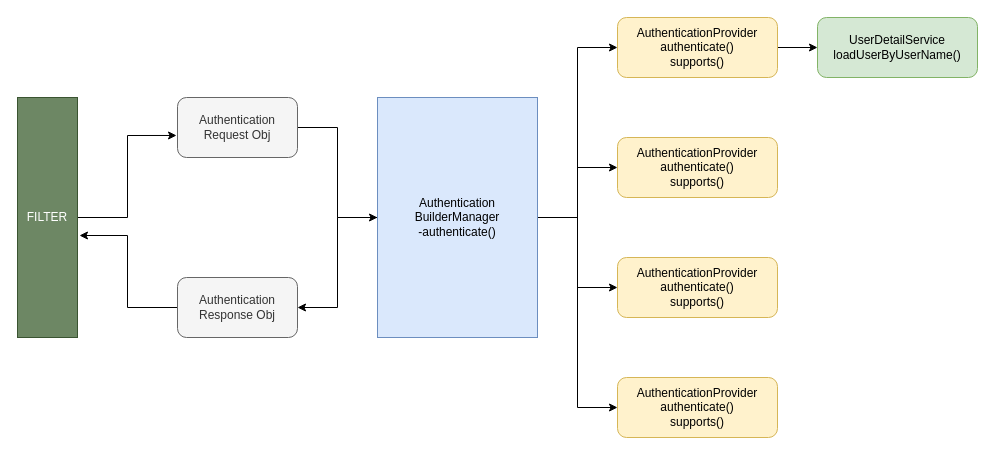
This is Untitled Diagram.drawio from hmsrepo1982/spring-boot-security-sample, a draw.io file, before an edit. Source tidied: cells renumbered, new cells numbered last; positions are measured from the earlier drawing's top-left corner, leaving out a move shared by most shapes. Both pictures are drawn from the tidied source at 100%, with x=0, y=0 at pixel (17, 17).
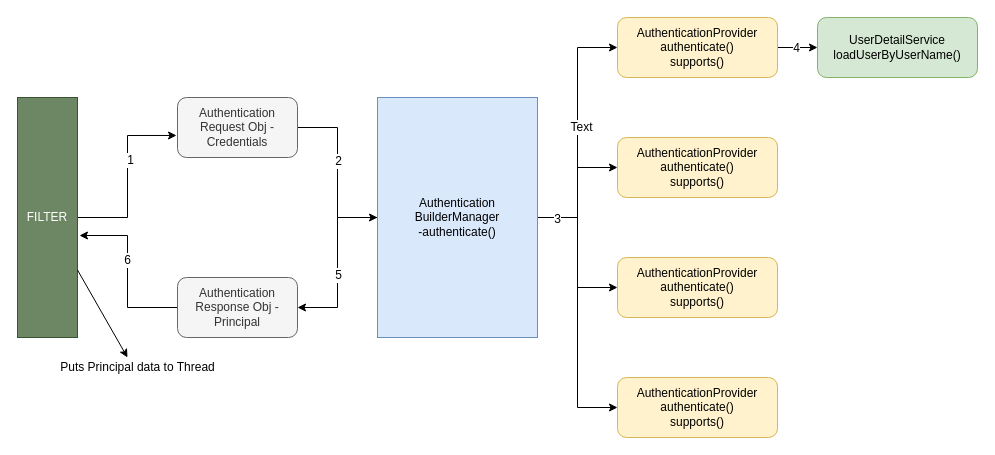
After the change.

The change refers to these unchanged cells:
```xml
<mxCell id="2" style="edgeStyle=orthogonalEdgeStyle;rounded=0;jettySize=auto;html=1;entryX=0;entryY=0.5;entryDx=0;entryDy=0;" parent="1" edge="1" source="3" target="9">
  <mxGeometry relative="1" as="geometry" />
</mxCell>
<mxCell id="6" style="edgeStyle=orthogonalEdgeStyle;rounded=0;jettySize=auto;html=1;entryX=0;entryY=0.5;entryDx=0;entryDy=0;" parent="1" edge="1" source="9" target="11">
  <mxGeometry relative="1" as="geometry" />
</mxCell>
<mxCell id="7" style="edgeStyle=orthogonalEdgeStyle;rounded=0;jettySize=auto;html=1;entryX=0;entryY=0.5;entryDx=0;entryDy=0;" parent="1" edge="1" source="9" target="12">
  <mxGeometry relative="1" as="geometry" />
</mxCell>
<mxCell id="8" style="edgeStyle=orthogonalEdgeStyle;rounded=0;jettySize=auto;html=1;entryX=1;entryY=0.5;entryDx=0;entryDy=0;" parent="1" edge="1" source="9" target="17">
  <mxGeometry relative="1" as="geometry" />
</mxCell>
<mxCell id="10" style="edgeStyle=orthogonalEdgeStyle;rounded=0;jettySize=auto;html=1;entryX=0;entryY=0.5;entryDx=0;entryDy=0;" parent="1" edge="1" source="11" target="15">
  <mxGeometry relative="1" as="geometry" />
</mxCell>
<mxCell id="16" style="edgeStyle=orthogonalEdgeStyle;rounded=0;jettySize=auto;html=1;entryX=0.575;entryY=-0.033;entryDx=0;entryDy=0;entryPerimeter=0;" parent="1" edge="1" source="17" target="19">
  <mxGeometry relative="1" as="geometry" />
</mxCell>
<mxCell id="18" style="edgeStyle=orthogonalEdgeStyle;rounded=0;jettySize=auto;html=1;entryX=-0.008;entryY=0.633;entryDx=0;entryDy=0;entryPerimeter=0;" parent="1" edge="1" source="19" target="3">
  <mxGeometry relative="1" as="geometry" />
</mxCell>
<mxCell id="19" value="FILTER" style="rounded=0;whiteSpace=wrap;html=1;direction=south;fillColor=#6d8764;strokeColor=#3A5431;fontColor=#ffffff;" parent="1" vertex="1">
  <mxGeometry y="80" width="60" height="240" as="geometry" />
</mxCell>
```

The edit, as a diff of the source:
```diff
@@
+    <mxCell id="20" value="2" style="text;html=1;align=center;verticalAlign=middle;labelBackgroundColor=#ffffff;" parent="2" vertex="1">
+      <mxGeometry x="-0.14" relative="1" as="geometry" />
+    </mxCell>
-    <mxCell id="3" value="Authentication Request Obj" style="rounded=1;whiteSpace=wrap;html=1;fillColor=#f5f5f5;strokeColor=#666666;fontColor=#333333;" parent="1" vertex="1">
+    <mxCell id="3" value="Authentication Request Obj - Credentials" style="rounded=1;whiteSpace=wrap;html=1;fillColor=#f5f5f5;strokeColor=#666666;fontColor=#333333;" parent="1" vertex="1">
       <mxGeometry x="160" y="80" width="120" height="60" as="geometry" />
     </mxCell>
@@
+    <mxCell id="21" value="Text" style="text;html=1;align=center;verticalAlign=middle;labelBackgroundColor=#ffffff;" parent="6" vertex="1">
+      <mxGeometry x="0.05" y="-3" relative="1" as="geometry" />
+    </mxCell>
@@
+    <mxCell id="22" value="3" style="text;html=1;align=center;verticalAlign=middle;labelBackgroundColor=#ffffff;" parent="7" vertex="1">
+      <mxGeometry x="-0.71" y="-1" relative="1" as="geometry" />
+    </mxCell>
@@
+    <mxCell id="23" value="5" style="text;html=1;align=center;verticalAlign=middle;labelBackgroundColor=#ffffff;" parent="8" vertex="1">
+      <mxGeometry x="0.14" relative="1" as="geometry" />
+    </mxCell>
@@
+    <mxCell id="24" value="4" style="text;html=1;align=center;verticalAlign=middle;labelBackgroundColor=#ffffff;" parent="10" vertex="1">
+      <mxGeometry x="-0.1" relative="1" as="geometry" />
+    </mxCell>
@@
+    <mxCell id="25" value="6" style="text;html=1;align=center;verticalAlign=middle;labelBackgroundColor=#ffffff;" parent="16" vertex="1">
+      <mxGeometry x="0.15" y="1" relative="1" as="geometry" />
+    </mxCell>
-    <mxCell id="17" value="Authentication Response Obj" style="rounded=1;whiteSpace=wrap;html=1;fillColor=#f5f5f5;strokeColor=#666666;fontColor=#333333;" parent="1" vertex="1">
+    <mxCell id="17" value="Authentication Response Obj - Principal" style="rounded=1;whiteSpace=wrap;html=1;fillColor=#f5f5f5;strokeColor=#666666;fontColor=#333333;" parent="1" vertex="1">
       <mxGeometry x="160" y="260" width="120" height="60" as="geometry" />
     </mxCell>
@@
+    <mxCell id="26" value="1" style="text;html=1;align=center;verticalAlign=middle;labelBackgroundColor=#ffffff;" parent="18" vertex="1">
+      <mxGeometry x="0.19" y="-2" relative="1" as="geometry" />
+    </mxCell>
@@
+    <mxCell id="27" style="endArrow=classic;html=1;" parent="1" edge="1" source="19">
+      <mxGeometry relative="1" as="geometry">
+        <mxPoint x="110" y="340" as="targetPoint" />
+      </mxGeometry>
+    </mxCell>
+    <mxCell id="28" value="Puts Principal data to Thread" style="text;html=1;align=center;verticalAlign=middle;labelBackgroundColor=#ffffff;" parent="27" vertex="1">
+      <mxGeometry x="0.27" relative="1" as="geometry">
+        <mxPoint x="28.2" y="41.9" as="offset" />
+      </mxGeometry>
+    </mxCell>
```
